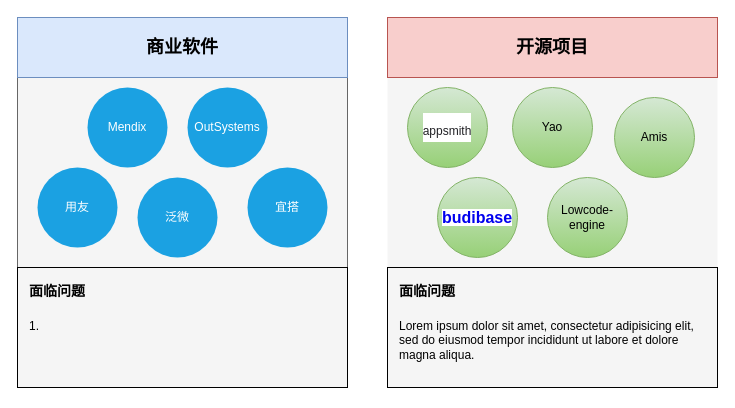
This is 低代码——国内外研究现状.drawio from tangyaosimida/love, a draw.io file, before an edit. Source tidied: cells renumbered, new cells numbered last; positions are measured from the earlier drawing's top-left corner, leaving out a move shared by most shapes. Both pictures are drawn from the tidied source at 100%, with x=0, y=0 at pixel (17, 17).
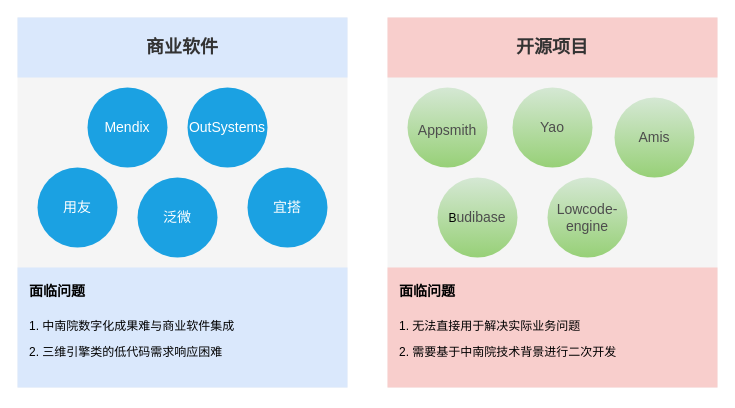
Above is the later version.

Commit message:
更新低代码——国内外研究现状.drawio

The edit, as a diff of the source:
```diff
@@
 <mxGraphModel>
   <root>
     <mxCell id="0" />
     <mxCell id="1" parent="0" />
-    <mxCell id="2" style="rounded=0;whiteSpace=wrap;html=1;fillColor=#f5f5f5;fontColor=#333333;strokeColor=#666666;" parent="1" vertex="1">
+    <mxCell id="2" style="rounded=0;whiteSpace=wrap;html=1;fillColor=#f5f5f5;fontColor=#333333;strokeColor=none;" parent="1" vertex="1">
       <mxGeometry width="330" height="370" as="geometry" />
     </mxCell>
     <mxCell id="3" style="rounded=0;whiteSpace=wrap;html=1;fillColor=#f5f5f5;fontColor=#333333;strokeColor=none;" parent="1" vertex="1">
       <mxGeometry x="370" width="330" height="370" as="geometry" />
     </mxCell>
-    <mxCell id="4" style="rounded=0;whiteSpace=wrap;html=1;fillColor=none;" parent="1" vertex="1">
+    <mxCell id="4" style="rounded=0;whiteSpace=wrap;html=1;fillColor=#dae8fc;strokeColor=none;" parent="1" vertex="1">
       <mxGeometry y="250" width="330" height="120" as="geometry" />
     </mxCell>
-    <mxCell id="5" style="rounded=0;whiteSpace=wrap;html=1;fillColor=none;" parent="1" vertex="1">
+    <mxCell id="5" style="rounded=0;whiteSpace=wrap;html=1;fillColor=#f8cecc;strokeColor=none;" parent="1" vertex="1">
       <mxGeometry x="370" y="250" width="330" height="120" as="geometry" />
     </mxCell>
-    <mxCell id="6" value="用友" style="ellipse;whiteSpace=wrap;html=1;fillColor=#1ba1e2;fontColor=#ffffff;strokeColor=none;" parent="1" vertex="1">
+    <mxCell id="6" value="&lt;font style=&quot;font-size: 14px;&quot;&gt;用友&lt;/font&gt;" style="ellipse;whiteSpace=wrap;html=1;fillColor=#1ba1e2;strokeColor=none;fontColor=#ffffff;" parent="1" vertex="1">
       <mxGeometry x="20" y="150" width="80" height="80" as="geometry" />
     </mxCell>
-    <mxCell id="7" value="泛微" style="ellipse;whiteSpace=wrap;html=1;fillColor=#1ba1e2;fontColor=#ffffff;strokeColor=none;" parent="1" vertex="1">
+    <mxCell id="7" value="&lt;font style=&quot;font-size: 14px;&quot;&gt;泛微&lt;/font&gt;" style="ellipse;whiteSpace=wrap;html=1;fillColor=#1ba1e2;strokeColor=none;fontColor=#ffffff;" parent="1" vertex="1">
       <mxGeometry x="120" y="160" width="80" height="80" as="geometry" />
     </mxCell>
-    <mxCell id="8" value="宜搭" style="ellipse;whiteSpace=wrap;html=1;fillColor=#1ba1e2;fontColor=#ffffff;strokeColor=none;" parent="1" vertex="1">
+    <mxCell id="8" value="&lt;font style=&quot;font-size: 14px;&quot;&gt;宜搭&lt;/font&gt;" style="ellipse;whiteSpace=wrap;html=1;fillColor=#1ba1e2;strokeColor=none;fontColor=#ffffff;" parent="1" vertex="1">
       <mxGeometry x="230" y="150" width="80" height="80" as="geometry" />
     </mxCell>
-    <mxCell id="9" value="&lt;a style=&quot;box-sizing: border-box; background-color: rgb(255, 255, 255); text-decoration-line: none; font-size: 16px; text-align: start; text-wrap: nowrap;&quot; class=&quot;Link__StyledLink-sc-14289xe-0 dheQRw&quot; href=&quot;https://github.com/Budibase/budibase&quot;&gt;&lt;span style=&quot;box-sizing: border-box; overflow: hidden; text-overflow: ellipsis;&quot; class=&quot;Text-sc-17v1xeu-0 qaOIC search-match&quot;&gt;&lt;span style=&quot;box-sizing: border-box; font-weight: 700;&quot;&gt;&lt;font face=&quot;Helvetica&quot;&gt;budibase&lt;/font&gt;&lt;/span&gt;&lt;/span&gt;&lt;/a&gt;" style="ellipse;whiteSpace=wrap;html=1;strokeColor=#82b366;fillColor=#d5e8d4;gradientColor=#97d077;" parent="1" vertex="1">
+    <mxCell id="9" value="B&lt;a style=&quot;box-sizing: border-box; text-decoration-line: none; text-align: start; text-wrap: nowrap;&quot; class=&quot;Link__StyledLink-sc-14289xe-0 dheQRw&quot; href=&quot;https://github.com/Budibase/budibase&quot;&gt;&lt;span style=&quot;box-sizing: border-box; overflow: hidden; text-overflow: ellipsis;&quot; class=&quot;Text-sc-17v1xeu-0 qaOIC search-match&quot;&gt;&lt;span style=&quot;box-sizing: border-box;&quot;&gt;&lt;font color=&quot;#4d4d4d&quot; style=&quot;font-size: 14px;&quot; face=&quot;Helvetica&quot;&gt;udibase&lt;/font&gt;&lt;/span&gt;&lt;/span&gt;&lt;/a&gt;" style="ellipse;whiteSpace=wrap;html=1;strokeColor=none;fillColor=#d5e8d4;gradientColor=#97d077;" parent="1" vertex="1">
       <mxGeometry x="420" y="160" width="80" height="80" as="geometry" />
     </mxCell>
-    <mxCell id="10" value="&lt;font face=&quot;Helvetica&quot;&gt;&lt;span style=&quot;vertical-align: baseline;&quot;&gt;Lowcode&lt;/span&gt;&lt;span style=&quot;vertical-align: baseline;&quot;&gt;-engine&lt;/span&gt;&lt;/font&gt;" style="ellipse;whiteSpace=wrap;html=1;strokeColor=#82b366;fillColor=#d5e8d4;gradientColor=#97d077;" parent="1" vertex="1">
+    <mxCell id="10" value="&lt;font color=&quot;#4d4d4d&quot; style=&quot;font-size: 14px;&quot; face=&quot;Helvetica&quot;&gt;&lt;span style=&quot;vertical-align: baseline;&quot;&gt;Lowcode&lt;/span&gt;&lt;span style=&quot;vertical-align: baseline;&quot;&gt;-engine&lt;/span&gt;&lt;/font&gt;" style="ellipse;whiteSpace=wrap;html=1;strokeColor=none;fillColor=#d5e8d4;gradientColor=#97d077;" parent="1" vertex="1">
       <mxGeometry x="530" y="160" width="80" height="80" as="geometry" />
     </mxCell>
-    <mxCell id="11" value="&lt;span style=&quot;vertical-align: baseline;&quot;&gt;&lt;font face=&quot;Helvetica&quot;&gt;Amis&lt;/font&gt;&lt;/span&gt;" style="ellipse;whiteSpace=wrap;html=1;strokeColor=#82b366;fillColor=#d5e8d4;gradientColor=#97d077;" parent="1" vertex="1">
+    <mxCell id="11" value="&lt;span style=&quot;vertical-align: baseline;&quot;&gt;&lt;font color=&quot;#4d4d4d&quot; style=&quot;font-size: 14px;&quot; face=&quot;Helvetica&quot;&gt;Amis&lt;/font&gt;&lt;/span&gt;" style="ellipse;whiteSpace=wrap;html=1;strokeColor=none;fillColor=#d5e8d4;gradientColor=#97d077;" parent="1" vertex="1">
       <mxGeometry x="597" y="80" width="80" height="80" as="geometry" />
     </mxCell>
-    <mxCell id="12" value="&lt;h1 style=&quot;box-sizing: border-box; outline: 0px; margin: 0px; padding: 0px; overflow-wrap: break-word; color: rgb(34, 34, 38); word-break: break-all; font-variant-ligatures: common-ligatures; text-align: start; background-color: rgb(255, 255, 255);&quot; id=&quot;articleContentId&quot; class=&quot;title-article&quot;&gt;&lt;font face=&quot;Helvetica&quot; style=&quot;font-size: 12px; font-weight: normal;&quot;&gt;appsmith&lt;/font&gt;&lt;/h1&gt;" style="ellipse;whiteSpace=wrap;html=1;fillColor=#d5e8d4;strokeColor=#82b366;gradientColor=#97d077;" parent="1" vertex="1">
+    <mxCell id="12" value="&lt;h1 style=&quot;box-sizing: border-box; outline: 0px; margin: 0px; padding: 0px; overflow-wrap: break-word; word-break: break-all; font-variant-ligatures: common-ligatures; text-align: start;&quot; id=&quot;articleContentId&quot; class=&quot;title-article&quot;&gt;&lt;font color=&quot;#4d4d4d&quot; face=&quot;Helvetica&quot; style=&quot;font-weight: normal; font-size: 14px;&quot;&gt;Appsmith&lt;/font&gt;&lt;/h1&gt;" style="ellipse;whiteSpace=wrap;html=1;fillColor=#d5e8d4;strokeColor=none;gradientColor=#97d077;" parent="1" vertex="1">
       <mxGeometry x="390" y="70" width="80" height="80" as="geometry" />
     </mxCell>
-    <mxCell id="13" value="Mendix" style="ellipse;whiteSpace=wrap;html=1;fillColor=#1ba1e2;fontColor=#ffffff;strokeColor=none;" parent="1" vertex="1">
+    <mxCell id="13" value="&lt;font style=&quot;font-size: 14px;&quot;&gt;Mendix&lt;/font&gt;" style="ellipse;whiteSpace=wrap;html=1;fillColor=#1ba1e2;strokeColor=none;fontColor=#ffffff;" parent="1" vertex="1">
       <mxGeometry x="70" y="70" width="80" height="80" as="geometry" />
     </mxCell>
-    <mxCell id="14" value="&lt;font size=&quot;1&quot; style=&quot;&quot;&gt;&lt;b style=&quot;font-size: 18px;&quot;&gt;商业软件&lt;/b&gt;&lt;/font&gt;" style="rounded=0;whiteSpace=wrap;html=1;fillColor=#dae8fc;strokeColor=#6c8ebf;" parent="1" vertex="1">
+    <mxCell id="14" value="&lt;font color=&quot;#333333&quot; size=&quot;1&quot; style=&quot;&quot;&gt;&lt;b style=&quot;font-size: 18px;&quot;&gt;商业软件&lt;/b&gt;&lt;/font&gt;" style="rounded=0;whiteSpace=wrap;html=1;fillColor=#dae8fc;strokeColor=none;" parent="1" vertex="1">
       <mxGeometry width="330" height="60" as="geometry" />
     </mxCell>
-    <mxCell id="15" value="&lt;font style=&quot;font-size: 18px;&quot;&gt;&lt;b&gt;开源项目&lt;/b&gt;&lt;/font&gt;" style="rounded=0;whiteSpace=wrap;html=1;fillColor=#f8cecc;strokeColor=#b85450;" parent="1" vertex="1">
+    <mxCell id="15" value="&lt;font color=&quot;#333333&quot; style=&quot;font-size: 18px;&quot;&gt;&lt;b&gt;开源项目&lt;/b&gt;&lt;/font&gt;" style="rounded=0;whiteSpace=wrap;html=1;fillColor=#f8cecc;strokeColor=none;" parent="1" vertex="1">
       <mxGeometry x="370" width="330" height="60" as="geometry" />
     </mxCell>
-    <mxCell id="16" value="&lt;h1 style=&quot;margin-top: 0px;&quot;&gt;&lt;font style=&quot;font-size: 14px;&quot;&gt;面临问题&lt;/font&gt;&lt;/h1&gt;&lt;p&gt;1.&lt;/p&gt;" style="text;html=1;whiteSpace=wrap;overflow=hidden;rounded=0;" parent="1" vertex="1">
+    <mxCell id="16" value="&lt;h1 style=&quot;margin-top: 0px;&quot;&gt;&lt;font style=&quot;font-size: 14px;&quot;&gt;面临问题&lt;/font&gt;&lt;/h1&gt;&lt;p&gt;1. 中南院数字化成果难与商业软件集成&lt;/p&gt;&lt;p&gt;2. 三维引擎类的低代码需求响应困难&lt;/p&gt;" style="text;html=1;whiteSpace=wrap;overflow=hidden;rounded=0;" parent="1" vertex="1">
       <mxGeometry x="10" y="250" width="310" height="120" as="geometry" />
     </mxCell>
-    <mxCell id="17" value="&lt;h1 style=&quot;margin-top: 0px;&quot;&gt;&lt;font style=&quot;font-size: 14px;&quot;&gt;面临问题&lt;/font&gt;&lt;/h1&gt;&lt;p&gt;Lorem ipsum dolor sit amet, consectetur adipisicing elit, sed do eiusmod tempor incididunt ut labore et dolore magna aliqua.&lt;/p&gt;" style="text;html=1;whiteSpace=wrap;overflow=hidden;rounded=0;" parent="1" vertex="1">
+    <mxCell id="17" value="&lt;h1 style=&quot;margin-top: 0px;&quot;&gt;&lt;font style=&quot;font-size: 14px;&quot;&gt;面临问题&lt;/font&gt;&lt;/h1&gt;&lt;p&gt;1. 无法直接用于解决实际业务问题&lt;/p&gt;&lt;p&gt;2. 需要基于中南院技术背景进行二次开发&lt;/p&gt;" style="text;html=1;whiteSpace=wrap;overflow=hidden;rounded=0;" parent="1" vertex="1">
       <mxGeometry x="380" y="250" width="310" height="120" as="geometry" />
     </mxCell>
-    <mxCell id="18" value="&lt;span style=&quot;vertical-align: baseline;&quot;&gt;&lt;font face=&quot;Helvetica&quot;&gt;Yao&lt;/font&gt;&lt;/span&gt;" style="ellipse;whiteSpace=wrap;html=1;strokeColor=#82b366;fillColor=#d5e8d4;gradientColor=#97d077;" parent="1" vertex="1">
+    <mxCell id="18" value="&lt;span style=&quot;vertical-align: baseline;&quot;&gt;&lt;font color=&quot;#4d4d4d&quot; style=&quot;font-size: 14px;&quot; face=&quot;Helvetica&quot;&gt;Yao&lt;/font&gt;&lt;/span&gt;" style="ellipse;whiteSpace=wrap;html=1;strokeColor=none;fillColor=#d5e8d4;gradientColor=#97d077;" parent="1" vertex="1">
       <mxGeometry x="495" y="70" width="80" height="80" as="geometry" />
     </mxCell>
-    <mxCell id="19" value="&lt;span style=&quot;vertical-align: baseline;&quot;&gt;&lt;font face=&quot;Helvetica&quot;&gt;OutSystems&lt;/font&gt;&lt;/span&gt;" style="ellipse;whiteSpace=wrap;html=1;fillColor=#1ba1e2;fontColor=#ffffff;strokeColor=none;" parent="1" vertex="1">
+    <mxCell id="19" value="&lt;span style=&quot;vertical-align: baseline;&quot;&gt;&lt;font style=&quot;font-size: 14px;&quot; face=&quot;Helvetica&quot;&gt;OutSystems&lt;/font&gt;&lt;/span&gt;" style="ellipse;whiteSpace=wrap;html=1;fillColor=#1ba1e2;strokeColor=none;fontColor=#ffffff;" parent="1" vertex="1">
       <mxGeometry x="170" y="70" width="80" height="80" as="geometry" />
     </mxCell>
   </root>
 </mxGraphModel>
```
